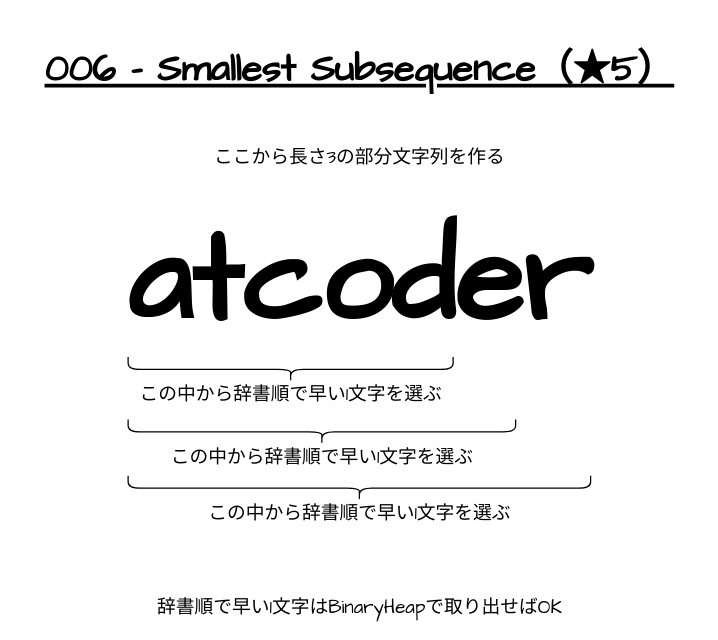
Earlier version of the draw.io diagram page "6" (1 of 7) of README.drawio (kubosuke/tenkei). Source tidied: cells renumbered, new cells numbered last; positions are measured from the earlier drawing's top-left corner, leaving out a move shared by most shapes. Both pictures are drawn from the tidied source at 125%, with x=0, y=0 at pixel (21, 31).
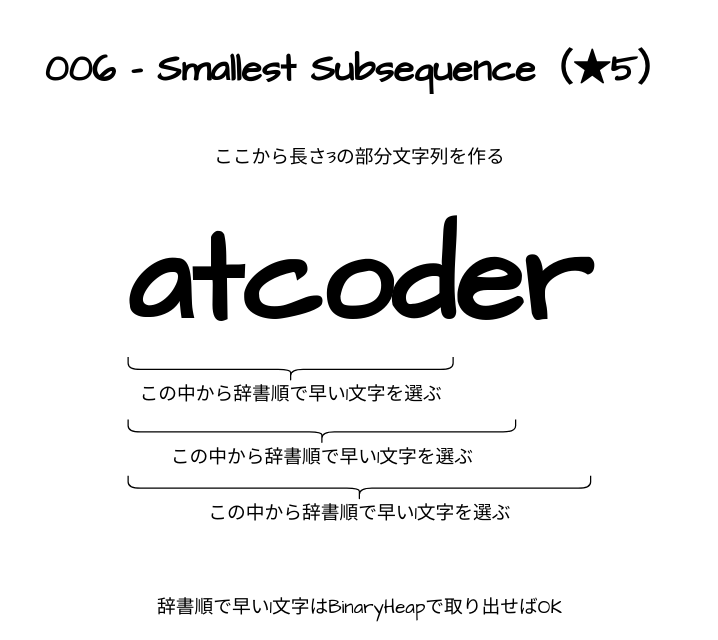
The same diagram, later.

Change to the diagram source:
```diff
@@
 <mxGraphModel>
   <root>
     <mxCell id="0" />
     <mxCell id="1" parent="0" />
     <mxCell id="2" value="&lt;font face=&quot;Comic Sans MS&quot; size=&quot;1&quot;&gt;&lt;b style=&quot;font-size: 100px&quot;&gt;atcoder&lt;/b&gt;&lt;/font&gt;" style="text;html=1;align=center;verticalAlign=middle;strokeColor=none;fillColor=none;" parent="1" vertex="1">
       <mxGeometry x="75" y="170" width="390" height="60" as="geometry" />
     </mxCell>
     <mxCell id="3" value="ここから長さ3の部分文字列を作る" style="text;html=1;align=center;verticalAlign=middle;strokeColor=none;fillColor=none;fontSize=15;fontFamily=Comic Sans MS;" parent="1" vertex="1">
       <mxGeometry x="145" y="90" width="250" height="20" as="geometry" />
     </mxCell>
     <mxCell id="4" style="shape=curlyBracket;whiteSpace=wrap;html=1;rounded=1;flipH=1;fontFamily=Comic Sans MS;fontSize=15;rotation=90;" parent="1" vertex="1">
       <mxGeometry x="205" y="140" width="20" height="260" as="geometry" />
     </mxCell>
     <mxCell id="5" value="この中から辞書順で早い1文字を選ぶ" style="text;html=1;align=center;verticalAlign=middle;strokeColor=none;fillColor=none;fontSize=15;fontFamily=Comic Sans MS;" parent="1" vertex="1">
       <mxGeometry x="85" y="280" width="260" height="20" as="geometry" />
     </mxCell>
     <mxCell id="6" style="shape=curlyBracket;whiteSpace=wrap;html=1;rounded=1;flipH=1;fontFamily=Comic Sans MS;fontSize=15;rotation=90;" parent="1" vertex="1">
       <mxGeometry x="230" y="165" width="20" height="310" as="geometry" />
     </mxCell>
     <mxCell id="7" value="この中から辞書順で早い1文字を選ぶ" style="text;html=1;align=center;verticalAlign=middle;strokeColor=none;fillColor=none;fontSize=15;fontFamily=Comic Sans MS;" parent="1" vertex="1">
       <mxGeometry x="110" y="330" width="260" height="20" as="geometry" />
     </mxCell>
     <mxCell id="8" style="shape=curlyBracket;whiteSpace=wrap;html=1;rounded=1;flipH=1;fontFamily=Comic Sans MS;fontSize=15;rotation=90;" parent="1" vertex="1">
       <mxGeometry x="260" y="180" width="20" height="370" as="geometry" />
     </mxCell>
     <mxCell id="9" value="この中から辞書順で早い1文字を選ぶ" style="text;html=1;align=center;verticalAlign=middle;strokeColor=none;fillColor=none;fontSize=15;fontFamily=Comic Sans MS;" parent="1" vertex="1">
       <mxGeometry x="140" y="375" width="260" height="20" as="geometry" />
     </mxCell>
     <mxCell id="10" value="辞書順で早い1文字はBinaryHeapで取り出せばOK" style="text;html=1;align=center;verticalAlign=middle;strokeColor=none;fillColor=none;fontSize=15;fontFamily=Comic Sans MS;" parent="1" vertex="1">
       <mxGeometry x="95" y="450" width="350" height="20" as="geometry" />
     </mxCell>
-    <mxCell id="11" value="&lt;h1&gt;&lt;u&gt;006 - Smallest Subsequence（★5）&lt;/u&gt;&lt;/h1&gt;" style="text;html=1;align=center;verticalAlign=middle;strokeColor=none;fillColor=none;fontSize=15;fontFamily=Comic Sans MS;" parent="1" vertex="1">
+    <mxCell id="11" value="&lt;h1&gt;006 - Smallest Subsequence（★5）&lt;/h1&gt;" style="text;html=1;align=center;verticalAlign=middle;strokeColor=none;fillColor=none;fontSize=15;fontFamily=Comic Sans MS;" parent="1" vertex="1">
       <mxGeometry width="540" height="60" as="geometry" />
     </mxCell>
   </root>
 </mxGraphModel>
```
